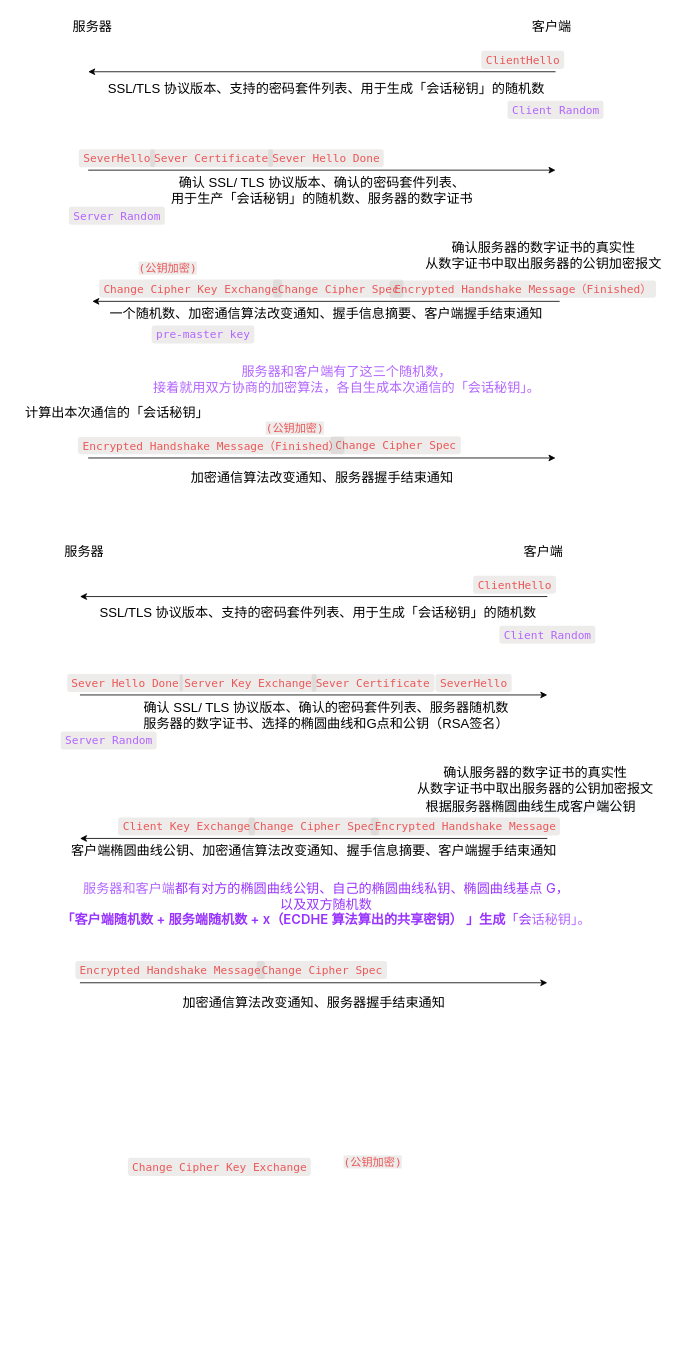
This is SSL/TSL握手.drawio from Angelophenia/MyFirst, a draw.io file, before an edit. Source tidied: cells renumbered, new cells numbered last; positions are measured from the earlier drawing's top-left corner, leaving out a move shared by most shapes. Both pictures are drawn from the tidied source at 82%, with x=0, y=0 at pixel (14, 14).
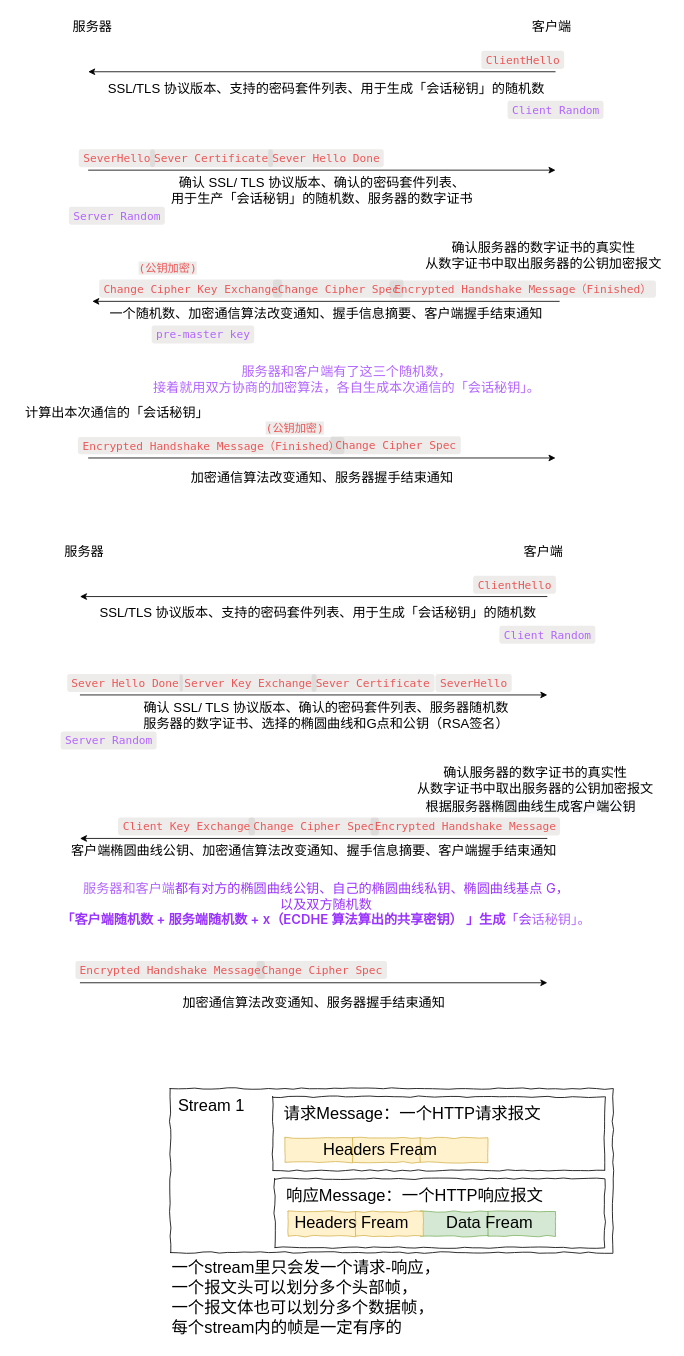
The same page after the edit.

Change to the diagram source:
```diff
@@
-    <mxCell id="47" value="&lt;span class=&quot;notion-enable-hover&quot; spellcheck=&quot;false&quot; style=&quot;font-family:&amp;quot;SFMono-Regular&amp;quot;, Menlo, Consolas, &amp;quot;PT Mono&amp;quot;, &amp;quot;Liberation Mono&amp;quot;, Courier, monospace;line-height:normal;background:rgba(135,131,120,0.15);color:#EB5757;border-radius:3px;font-size:85%;padding:0.2em 0.4em&quot;&gt;Change Cipher Key Exchange&lt;/span&gt;" style="text;html=1;align=center;verticalAlign=middle;strokeColor=none;fillColor=none;fontSize=16;" parent="1" vertex="1">
-      <mxGeometry x="135" y="1390" width="230" height="30" as="geometry" />
-    </mxCell>
@@
-    <mxCell id="50" value="&lt;span style=&quot;color: rgb(235, 87, 87); font-family: SFMono-Regular, Menlo, Consolas, &amp;quot;PT Mono&amp;quot;, &amp;quot;Liberation Mono&amp;quot;, Courier, monospace; font-size: 13.6px; font-style: normal; font-variant-ligatures: normal; font-variant-caps: normal; font-weight: 400; letter-spacing: normal; orphans: 2; text-align: center; text-indent: 0px; text-transform: none; widows: 2; word-spacing: 0px; -webkit-text-stroke-width: 0px; background-color: rgba(135, 131, 120, 0.15); text-decoration-thickness: initial; text-decoration-style: initial; text-decoration-color: initial; float: none; display: inline !important;&quot;&gt;(公钥加密)&lt;/span&gt;" style="text;whiteSpace=wrap;html=1;" parent="1" vertex="1">
-      <mxGeometry x="400" y="1385" width="130" height="40" as="geometry" />
-    </mxCell>
@@
+    <mxCell id="56" style="whiteSpace=wrap;html=1;sketch=0;comic=1;" parent="1" vertex="1">
+      <mxGeometry x="190" y="1310" width="540" height="200" as="geometry" />
+    </mxCell>
+    <mxCell id="57" value="&lt;font style=&quot;font-size: 20px;&quot;&gt;Stream 1&lt;/font&gt;" style="text;html=1;align=center;verticalAlign=middle;strokeColor=none;fillColor=none;fontSize=12;fontFamily=Helvetica;fontColor=default;" parent="1" vertex="1">
+      <mxGeometry x="190" y="1310" width="100" height="40" as="geometry" />
+    </mxCell>
+    <mxCell id="58" style="whiteSpace=wrap;html=1;fontFamily=Helvetica;fontSize=20;fontColor=default;comic=1;" parent="1" vertex="1">
+      <mxGeometry x="315" y="1320" width="405" height="90" as="geometry" />
+    </mxCell>
+    <mxCell id="59" style="whiteSpace=wrap;html=1;fontFamily=Helvetica;fontSize=20;fontColor=default;comic=1;" parent="1" vertex="1">
+      <mxGeometry x="317.5" y="1420" width="402.5" height="84" as="geometry" />
+    </mxCell>
+    <mxCell id="60" value="请求Message：一个HTTP请求报文" style="text;html=1;align=center;verticalAlign=middle;strokeColor=none;fillColor=none;fontSize=20;fontFamily=Helvetica;fontColor=default;" parent="1" vertex="1">
+      <mxGeometry x="315" y="1320" width="340" height="40" as="geometry" />
+    </mxCell>
+    <mxCell id="61" value="响应Message：一个HTTP响应报文" style="text;html=1;align=center;verticalAlign=middle;strokeColor=none;fillColor=none;fontSize=20;fontFamily=Helvetica;fontColor=default;" parent="1" vertex="1">
+      <mxGeometry x="317.5" y="1420" width="340" height="40" as="geometry" />
+    </mxCell>
+    <mxCell id="62" style="whiteSpace=wrap;html=1;fontFamily=Helvetica;fontSize=20;comic=1;fillColor=#fff2cc;strokeColor=#d6b656;" parent="1" vertex="1">
+      <mxGeometry x="330" y="1370" width="82.5" height="30" as="geometry" />
+    </mxCell>
+    <mxCell id="63" style="whiteSpace=wrap;html=1;fontFamily=Helvetica;fontSize=20;comic=1;fillColor=#fff2cc;strokeColor=#d6b656;" parent="1" vertex="1">
+      <mxGeometry x="412.5" y="1370" width="82.5" height="30" as="geometry" />
+    </mxCell>
+    <mxCell id="64" style="whiteSpace=wrap;html=1;fontFamily=Helvetica;fontSize=20;comic=1;fillColor=#fff2cc;strokeColor=#d6b656;" parent="1" vertex="1">
+      <mxGeometry x="495" y="1370" width="82.5" height="30" as="geometry" />
+    </mxCell>
+    <mxCell id="65" value="&lt;span style=&quot;color: rgb(0, 0, 0); font-family: Helvetica; font-size: 20px; font-style: normal; font-variant-ligatures: normal; font-variant-caps: normal; font-weight: 400; letter-spacing: normal; orphans: 2; text-align: center; text-indent: 0px; text-transform: none; widows: 2; word-spacing: 0px; -webkit-text-stroke-width: 0px; text-decoration-thickness: initial; text-decoration-style: initial; text-decoration-color: initial; float: none; display: inline !important;&quot;&gt;Headers Fream&lt;/span&gt;" style="text;whiteSpace=wrap;html=1;fontSize=20;fontFamily=Helvetica;fontColor=default;" parent="1" vertex="1">
+      <mxGeometry x="375" y="1365" width="170" height="40" as="geometry" />
+    </mxCell>
+    <mxCell id="66" style="whiteSpace=wrap;html=1;fontFamily=Helvetica;fontSize=20;comic=1;fillColor=#fff2cc;strokeColor=#d6b656;" parent="1" vertex="1">
+      <mxGeometry x="333.8" y="1460" width="82.5" height="30" as="geometry" />
+    </mxCell>
+    <mxCell id="67" style="whiteSpace=wrap;html=1;fontFamily=Helvetica;fontSize=20;comic=1;fillColor=#d5e8d4;strokeColor=#82b366;" parent="1" vertex="1">
+      <mxGeometry x="577.5" y="1460" width="82.5" height="30" as="geometry" />
+    </mxCell>
+    <mxCell id="68" style="whiteSpace=wrap;html=1;fontFamily=Helvetica;fontSize=20;comic=1;fillColor=#d5e8d4;strokeColor=#82b366;" parent="1" vertex="1">
+      <mxGeometry x="495" y="1460" width="82.5" height="30" as="geometry" />
+    </mxCell>
+    <mxCell id="69" style="whiteSpace=wrap;html=1;fontFamily=Helvetica;fontSize=20;comic=1;fillColor=#fff2cc;strokeColor=#d6b656;" parent="1" vertex="1">
+      <mxGeometry x="416.2" y="1460" width="82.5" height="30" as="geometry" />
+    </mxCell>
+    <mxCell id="70" value="&lt;span style=&quot;color: rgb(0, 0, 0); font-family: Helvetica; font-size: 20px; font-style: normal; font-variant-ligatures: normal; font-variant-caps: normal; font-weight: 400; letter-spacing: normal; orphans: 2; text-align: center; text-indent: 0px; text-transform: none; widows: 2; word-spacing: 0px; -webkit-text-stroke-width: 0px; text-decoration-thickness: initial; text-decoration-style: initial; text-decoration-color: initial; float: none; display: inline !important;&quot;&gt;Headers Fream&lt;/span&gt;" style="text;whiteSpace=wrap;html=1;fontSize=20;fontFamily=Helvetica;fontColor=default;" parent="1" vertex="1">
+      <mxGeometry x="340" y="1455" width="170" height="40" as="geometry" />
+    </mxCell>
+    <mxCell id="71" value="&lt;span style=&quot;color: rgb(0, 0, 0); font-family: Helvetica; font-size: 20px; font-style: normal; font-variant-ligatures: normal; font-variant-caps: normal; font-weight: 400; letter-spacing: normal; orphans: 2; text-align: center; text-indent: 0px; text-transform: none; widows: 2; word-spacing: 0px; -webkit-text-stroke-width: 0px; text-decoration-thickness: initial; text-decoration-style: initial; text-decoration-color: initial; float: none; display: inline !important;&quot;&gt;Data Fream&lt;/span&gt;" style="text;whiteSpace=wrap;html=1;fontSize=20;fontFamily=Helvetica;fontColor=default;" parent="1" vertex="1">
+      <mxGeometry x="525" y="1455" width="170" height="40" as="geometry" />
+    </mxCell>
+    <mxCell id="72" value="一个stream里只会发一个请求-响应，&lt;br&gt;一个报文头可以划分多个头部帧，&lt;br&gt;一个报文体也可以划分多个数据帧，&lt;br&gt;每个stream内的帧是一定有序的" style="text;whiteSpace=wrap;html=1;fontSize=20;fontFamily=Helvetica;fontColor=default;" parent="1" vertex="1">
+      <mxGeometry x="190" y="1510" width="430" height="110" as="geometry" />
+    </mxCell>
```
